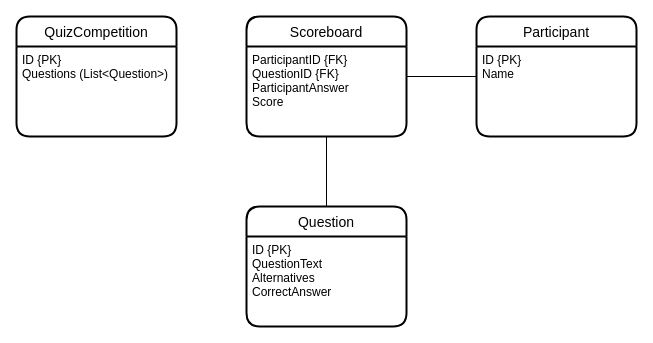
Above: Sluttprosjekt_quiz.drawio in Cecinordahl/finalproj_quiz (draw.io), before the change. Source tidied: cells renumbered, new cells numbered last; positions are measured from the earlier drawing's top-left corner, leaving out a move shared by most shapes. Both pictures are drawn from the tidied source at 100%, with x=0, y=0 at pixel (16, 16).
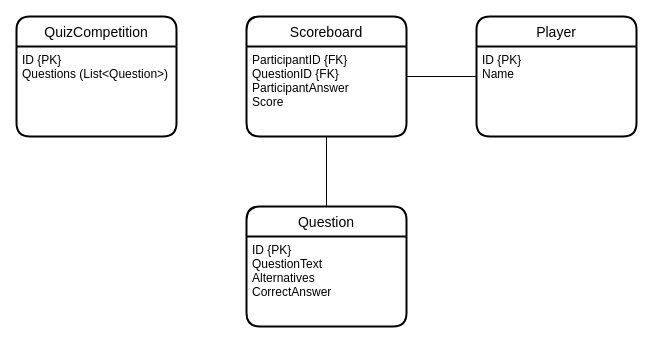
The same diagram, later.

Change to the diagram source:
```diff
@@
 <mxGraphModel>
   <root>
     <mxCell id="0" />
     <mxCell id="1" parent="0" />
     <mxCell id="2" value="Scoreboard" style="swimlane;horizontal=1;startSize=30;rounded=1;fontSize=14;fontStyle=0;strokeWidth=2;shadow=0;dashed=0;align=center;" parent="1" vertex="1">
       <mxGeometry x="230" width="160" height="120" as="geometry" />
     </mxCell>
     <mxCell id="3" value="ParticipantID {FK}&#10;QuestionID {FK}&#10;ParticipantAnswer&#10;Score" style="align=left;strokeColor=none;fillColor=none;spacingLeft=4;fontSize=12;verticalAlign=top;" parent="2" vertex="1">
       <mxGeometry y="30" width="160" height="90" as="geometry" />
     </mxCell>
-    <mxCell id="4" value="Participant" style="swimlane;horizontal=1;startSize=30;rounded=1;fontSize=14;fontStyle=0;strokeWidth=2;shadow=0;dashed=0;align=center;" parent="1" vertex="1">
+    <mxCell id="4" value="Player" style="swimlane;horizontal=1;startSize=30;rounded=1;fontSize=14;fontStyle=0;strokeWidth=2;shadow=0;dashed=0;align=center;" parent="1" vertex="1">
       <mxGeometry x="460" width="160" height="120" as="geometry" />
     </mxCell>
     <mxCell id="5" value="ID {PK}&#10;Name" style="align=left;strokeColor=none;fillColor=none;spacingLeft=4;fontSize=12;verticalAlign=top;" parent="4" vertex="1">
       <mxGeometry y="30" width="160" height="90" as="geometry" />
     </mxCell>
     <mxCell id="6" value="Question" style="swimlane;horizontal=1;startSize=30;rounded=1;fontSize=14;fontStyle=0;strokeWidth=2;shadow=0;dashed=0;align=center;" parent="1" vertex="1">
       <mxGeometry x="230" y="190" width="160" height="120" as="geometry" />
     </mxCell>
     <mxCell id="7" value="ID {PK}&#10;QuestionText&#10;Alternatives&#10;CorrectAnswer" style="align=left;strokeColor=none;fillColor=none;spacingLeft=4;fontSize=12;verticalAlign=top;" parent="6" vertex="1">
       <mxGeometry y="30" width="160" height="90" as="geometry" />
     </mxCell>
     <mxCell id="8" style="edgeStyle=orthogonalEdgeStyle;rounded=0;jettySize=auto;html=1;exitX=1;exitY=0.5;exitDx=0;exitDy=0;entryX=0;entryY=0.5;entryDx=0;entryDy=0;endArrow=none;endFill=0;" parent="1" edge="1" source="3" target="5">
       <mxGeometry relative="1" as="geometry">
         <Array as="points">
           <mxPoint x="390" y="60" />
           <mxPoint x="460" y="60" />
         </Array>
       </mxGeometry>
     </mxCell>
     <mxCell id="9" style="edgeStyle=orthogonalEdgeStyle;rounded=0;jettySize=auto;html=1;exitX=0.5;exitY=1;exitDx=0;exitDy=0;entryX=0.5;entryY=0;entryDx=0;entryDy=0;endArrow=none;endFill=0;" parent="1" edge="1" source="3" target="6">
       <mxGeometry relative="1" as="geometry" />
     </mxCell>
     <mxCell id="10" value="QuizCompetition" style="swimlane;horizontal=1;startSize=30;rounded=1;fontSize=14;fontStyle=0;strokeWidth=2;shadow=0;dashed=0;align=center;" parent="1" vertex="1">
       <mxGeometry width="160" height="120" as="geometry" />
     </mxCell>
     <mxCell id="11" value="ID {PK}&#10;Questions (List&lt;Question&gt;)" style="align=left;strokeColor=none;fillColor=none;spacingLeft=4;fontSize=12;verticalAlign=top;" parent="10" vertex="1">
       <mxGeometry y="30" width="160" height="90" as="geometry" />
     </mxCell>
   </root>
 </mxGraphModel>
```
